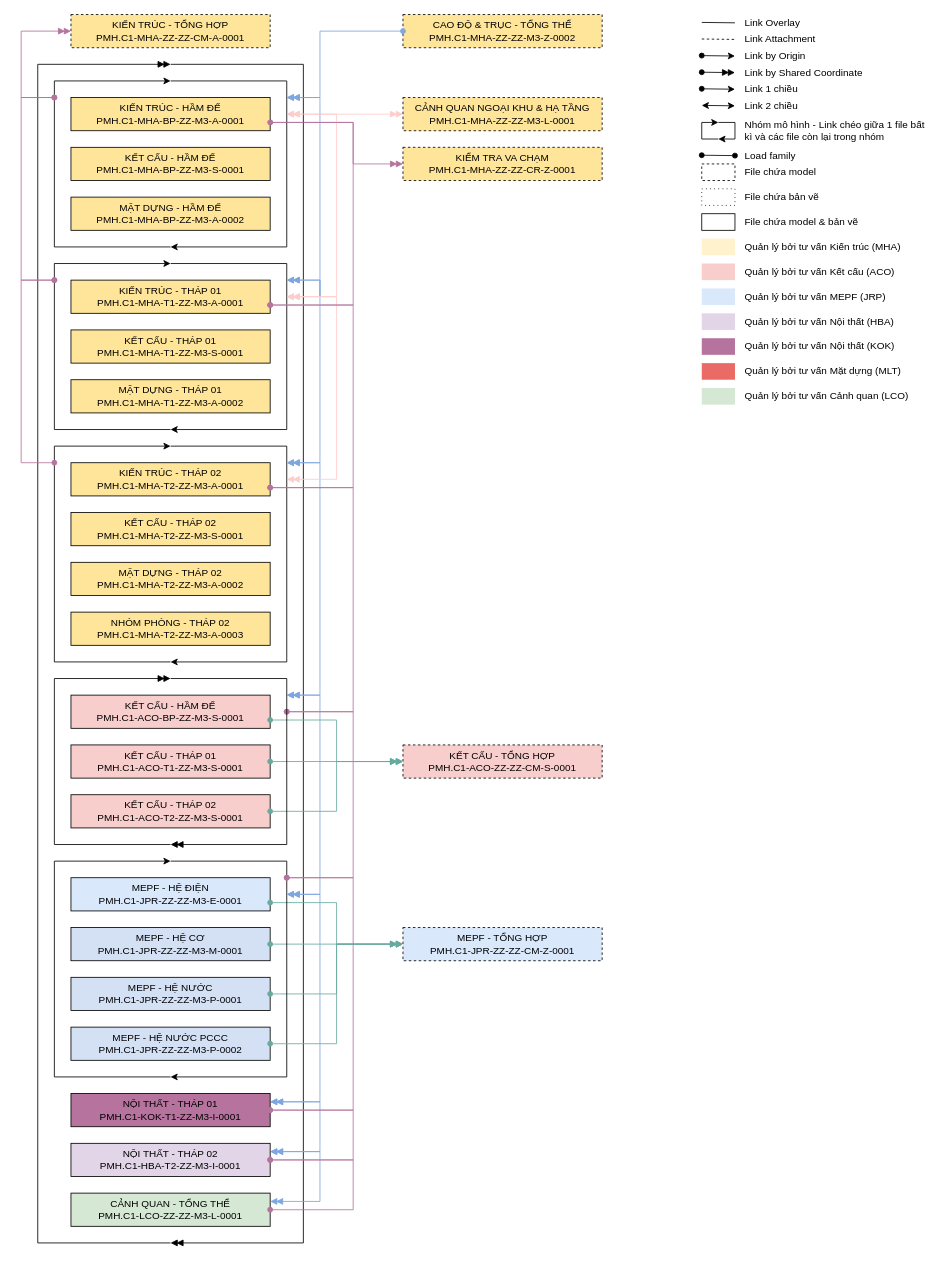
The draw.io diagram C1_Federated Model Diagram.drawio in Trinity248/DrawIO, before the edit. Source tidied: cells renumbered, new cells numbered last; positions are measured from the earlier drawing's top-left corner, leaving out a move shared by most shapes. Both pictures are drawn from the tidied source at 83%, with x=0, y=0 at pixel (21, 14).
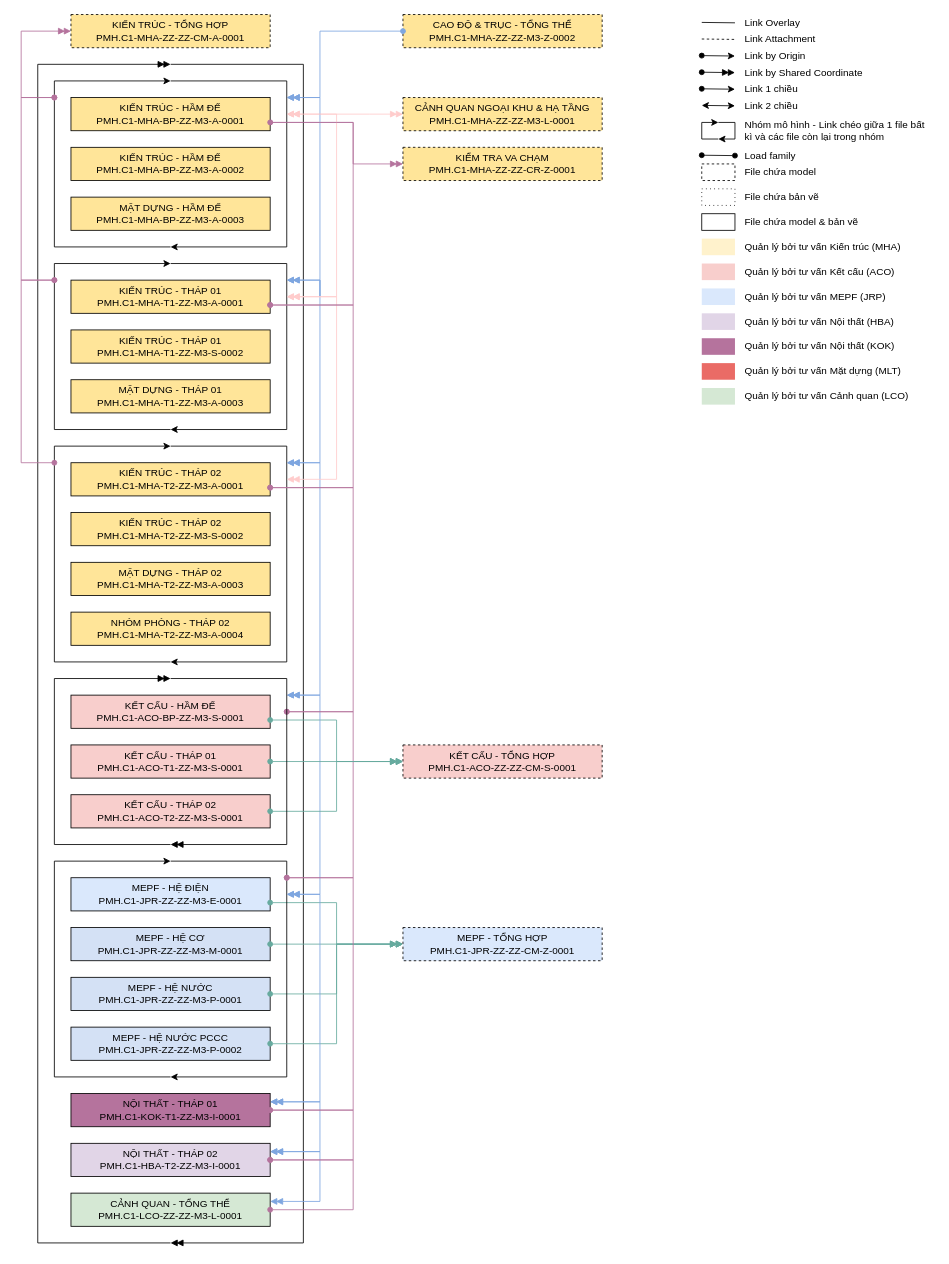
The same diagram, later.

Commit message:
Cập nhật C1_Federated Model Diagram.drawio

The edit, as a diff of the source:
```diff
@@
-    <mxCell id="12" value="&lt;div&gt;KẾT CẤU - HẦM ĐẾ&lt;/div&gt;PMH.C1-MHA-BP-ZZ-M3-S-0001" style="rounded=0;whiteSpace=wrap;html=1;fillColor=#FFE599;" parent="1" vertex="1">
+    <mxCell id="12" value="&lt;div&gt;KIẾN TRÚC - HẦM ĐẾ&lt;/div&gt;PMH.C1-MHA-BP-ZZ-M3-A-0002" style="rounded=0;whiteSpace=wrap;html=1;fillColor=#FFE599;" parent="1" vertex="1">
       <mxGeometry x="60" y="160" width="240" height="40" as="geometry" />
     </mxCell>
@@
-    <mxCell id="14" value="&lt;div&gt;KẾT CẤU - THÁP 01&lt;/div&gt;PMH.C1-MHA-T1-ZZ-M3-S-0001" style="rounded=0;whiteSpace=wrap;html=1;fillColor=#FFE599;" parent="1" vertex="1">
+    <mxCell id="14" value="&lt;div&gt;KIẾN TRÚC - THÁP 01&lt;/div&gt;PMH.C1-MHA-T1-ZZ-M3-S-0002" style="rounded=0;whiteSpace=wrap;html=1;fillColor=#FFE599;" parent="1" vertex="1">
       <mxGeometry x="60" y="380" width="240" height="40" as="geometry" />
     </mxCell>
@@
-    <mxCell id="53" value="&lt;div&gt;KẾT CẤU - &lt;span style=&quot;background-color: transparent; color: light-dark(rgb(0, 0, 0), rgb(255, 255, 255));&quot;&gt;THÁP 02&lt;/span&gt;&lt;/div&gt;PMH.C1-MHA-T2-ZZ-M3-S-0001" style="rounded=0;whiteSpace=wrap;html=1;fillColor=#FFE599;" parent="1" vertex="1">
+    <mxCell id="53" value="&lt;div&gt;KIẾN TRÚC - &lt;span style=&quot;background-color: transparent; color: light-dark(rgb(0, 0, 0), rgb(255, 255, 255));&quot;&gt;THÁP 02&lt;/span&gt;&lt;/div&gt;PMH.C1-MHA-T2-ZZ-M3-S-0002" style="rounded=0;whiteSpace=wrap;html=1;fillColor=#FFE599;" parent="1" vertex="1">
       <mxGeometry x="60" y="600" width="240" height="40" as="geometry" />
     </mxCell>
-    <mxCell id="54" value="&lt;div&gt;MẶT DỰNG - &lt;span style=&quot;background-color: transparent; color: light-dark(rgb(0, 0, 0), rgb(255, 255, 255));&quot;&gt;THÁP 02&lt;/span&gt;&lt;/div&gt;PMH.C1-MHA-T2-ZZ-M3-A-0002" style="rounded=0;whiteSpace=wrap;html=1;fillColor=#FFE599;" parent="1" vertex="1">
+    <mxCell id="54" value="&lt;div&gt;MẶT DỰNG - &lt;span style=&quot;background-color: transparent; color: light-dark(rgb(0, 0, 0), rgb(255, 255, 255));&quot;&gt;THÁP 02&lt;/span&gt;&lt;/div&gt;PMH.C1-MHA-T2-ZZ-M3-A-0003" style="rounded=0;whiteSpace=wrap;html=1;fillColor=#FFE599;" parent="1" vertex="1">
       <mxGeometry x="60" y="660" width="240" height="40" as="geometry" />
     </mxCell>
@@
-    <mxCell id="57" value="&lt;div&gt;MẶT DỰNG - HẦM ĐẾ&lt;/div&gt;PMH.C1-MHA-BP-ZZ-M3-A-0002" style="rounded=0;whiteSpace=wrap;html=1;fillColor=#FFE599;" parent="1" vertex="1">
+    <mxCell id="57" value="&lt;div&gt;MẶT DỰNG - HẦM ĐẾ&lt;/div&gt;PMH.C1-MHA-BP-ZZ-M3-A-0003" style="rounded=0;whiteSpace=wrap;html=1;fillColor=#FFE599;" parent="1" vertex="1">
       <mxGeometry x="60" y="220" width="240" height="40" as="geometry" />
     </mxCell>
-    <mxCell id="58" value="&lt;div&gt;MẶT DỰNG - THÁP 01&lt;/div&gt;PMH.C1-MHA-T1-ZZ-M3-A-0002" style="rounded=0;whiteSpace=wrap;html=1;fillColor=#FFE599;" parent="1" vertex="1">
+    <mxCell id="58" value="&lt;div&gt;MẶT DỰNG - THÁP 01&lt;/div&gt;PMH.C1-MHA-T1-ZZ-M3-A-0003" style="rounded=0;whiteSpace=wrap;html=1;fillColor=#FFE599;" parent="1" vertex="1">
       <mxGeometry x="60" y="440" width="240" height="40" as="geometry" />
     </mxCell>
-    <mxCell id="59" value="&lt;div&gt;NHÓM PHÒNG -&amp;nbsp;&lt;span style=&quot;background-color: transparent; color: light-dark(rgb(0, 0, 0), rgb(255, 255, 255));&quot;&gt;THÁP 02&lt;/span&gt;&lt;/div&gt;PMH.C1-MHA-T2-ZZ-M3-A-0003" style="rounded=0;whiteSpace=wrap;html=1;fillColor=#FFE599;" parent="1" vertex="1">
+    <mxCell id="59" value="&lt;div&gt;NHÓM PHÒNG -&amp;nbsp;&lt;span style=&quot;background-color: transparent; color: light-dark(rgb(0, 0, 0), rgb(255, 255, 255));&quot;&gt;THÁP 02&lt;/span&gt;&lt;/div&gt;PMH.C1-MHA-T2-ZZ-M3-A-0004" style="rounded=0;whiteSpace=wrap;html=1;fillColor=#FFE599;" parent="1" vertex="1">
       <mxGeometry x="60" y="720" width="240" height="40" as="geometry" />
     </mxCell>
```
